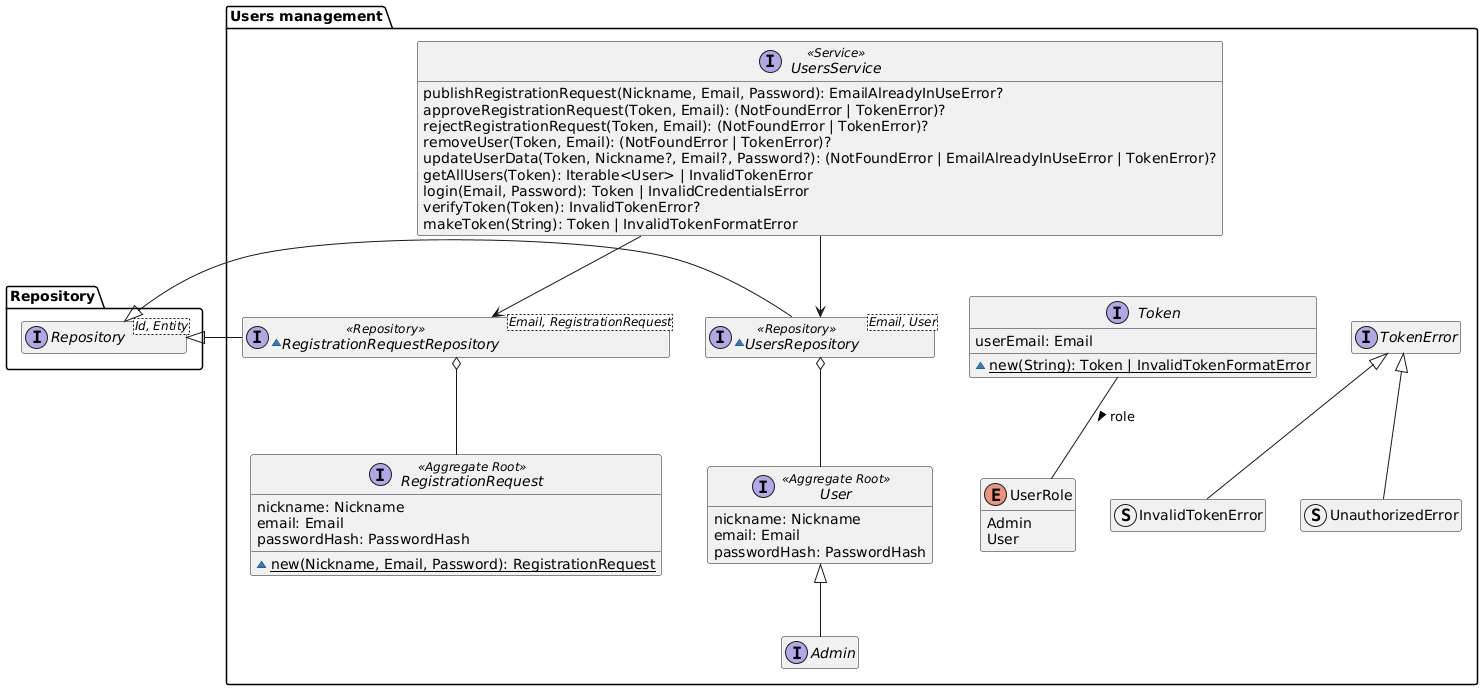
This is diagrams/generated/users-management-domain-model.png from DomoticASW/.github, a PlantUML export, as it was before one commit.
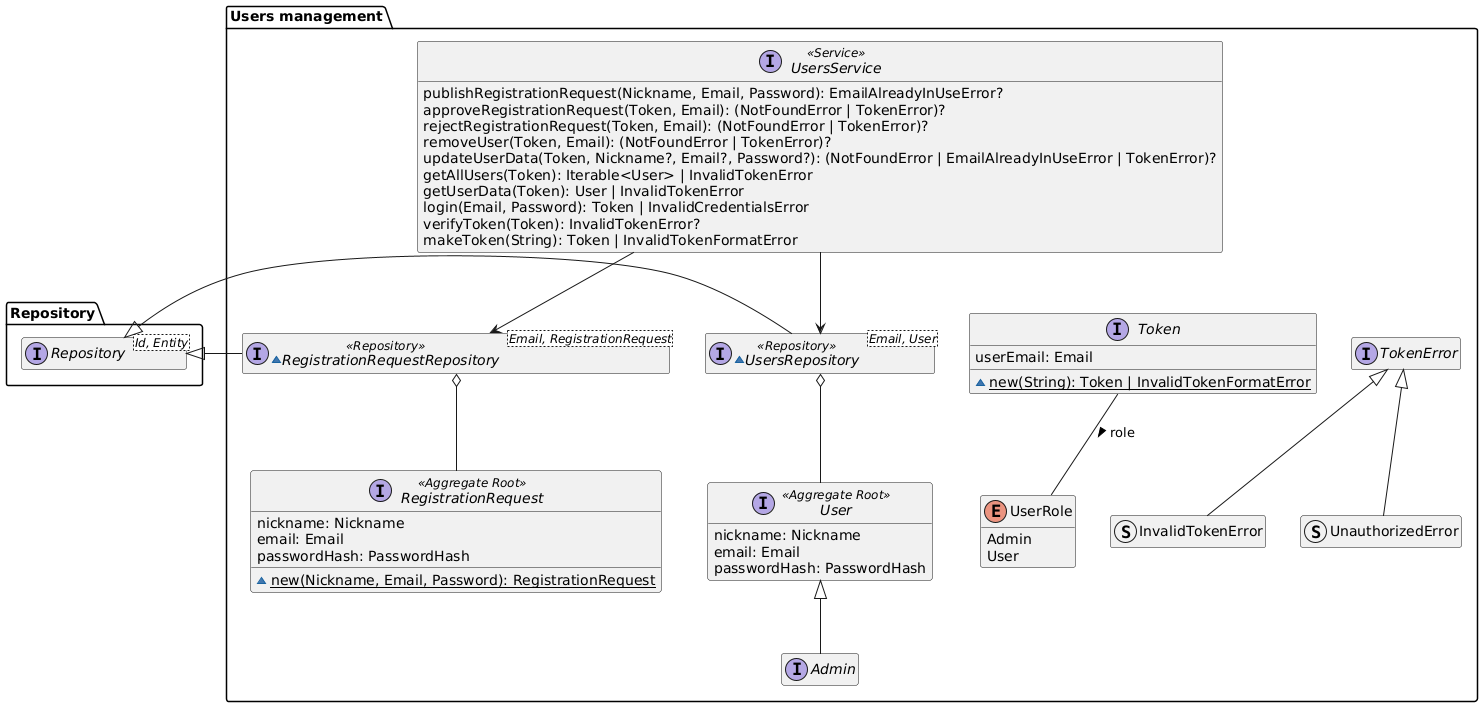
Later version of the same file.

Commit message:
Add method to UsersService

Change to the diagram source:
```diff
@@ -37,6 +37,7 @@
         removeUser(Token, Email): (NotFoundError | TokenError)?
         updateUserData(Token, Nickname?, Email?, Password?): (NotFoundError | EmailAlreadyInUseError | TokenError)?
         getAllUsers(Token): Iterable<User> | InvalidTokenError
+        getUserData(Token): User | InvalidTokenError
         login(Email, Password): Token | InvalidCredentialsError
         verifyToken(Token): InvalidTokenError?
         makeToken(String): Token | InvalidTokenFormatError
```
